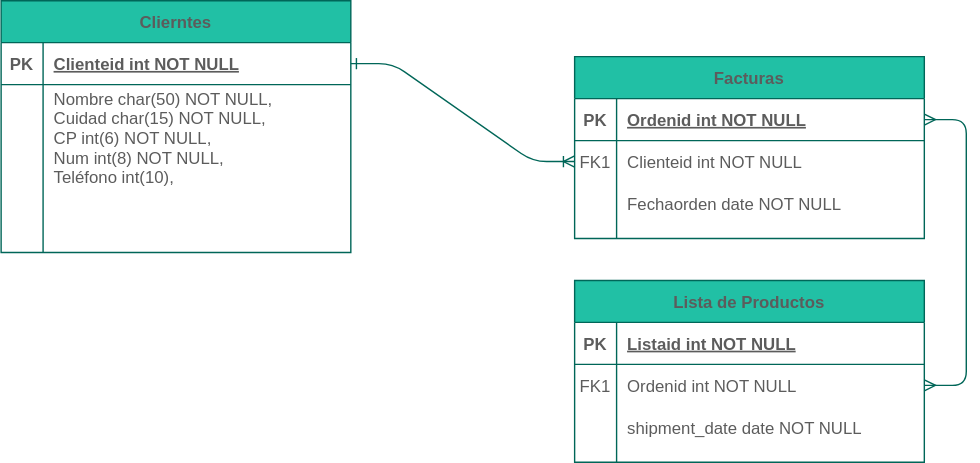
ThunderGer23/Struct keeps this draw.io diagram as E1.svg. Above is the earlier version. Source tidied: cells renumbered, new cells last; positions are measured from the earlier drawing's top-left corner, leaving out a move shared by most shapes.
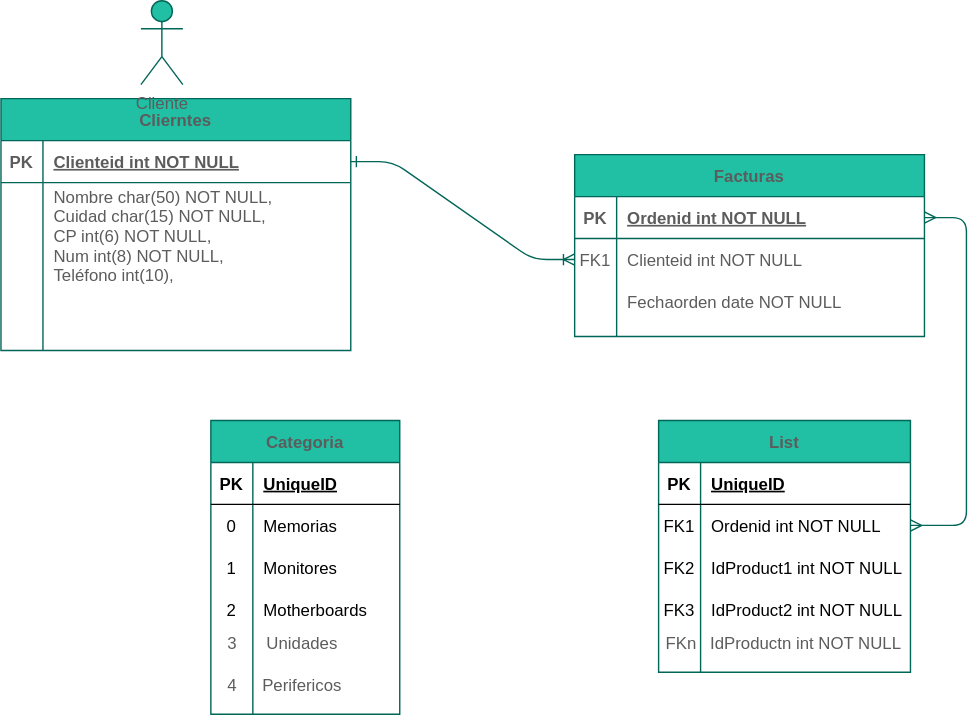
Later version of the same file.

Diff of the diagram source:
```diff
@@ -5,7 +5,7 @@
     <mxCell id="2" style="edgeStyle=entityRelationEdgeStyle;endArrow=ERoneToMany;startArrow=ERone;endFill=0;startFill=0;strokeColor=#006658;fontColor=#5C5C5C;" parent="1" edge="1" source="25" target="8">
       <mxGeometry relative="1" as="geometry" />
     </mxCell>
-    <mxCell id="3" style="edgeStyle=entityRelationEdgeStyle;endArrow=ERmany;startArrow=ERmany;endFill=0;startFill=0;strokeColor=#006658;fontColor=#5C5C5C;" parent="1" edge="1" source="5" target="18">
+    <mxCell id="3" style="edgeStyle=entityRelationEdgeStyle;endArrow=ERmany;startArrow=ERmany;endFill=0;startFill=0;strokeColor=#006658;fontColor=#5C5C5C;" parent="1" edge="1" source="5" target="42">
       <mxGeometry relative="1" as="geometry" />
     </mxCell>
     <mxCell id="4" value="Facturas" style="shape=table;startSize=30;rowLines=0;fontStyle=1;align=center;fillColor=#21C0A5;strokeColor=#006658;fontColor=#5C5C5C;" parent="1" vertex="1">
@@ -38,36 +38,6 @@
     <mxCell id="13" value="Fechaorden date NOT NULL" style="shape=partialRectangle;overflow=hidden;fillColor=none;top=0;left=0;bottom=0;right=0;align=left;spacingLeft=6;strokeColor=#006658;fontColor=#5C5C5C;" parent="11" vertex="1">
       <mxGeometry x="30" width="220" height="30" as="geometry" />
     </mxCell>
-    <mxCell id="14" value="Lista de Productos" style="shape=table;startSize=30;rowLines=0;fontStyle=1;align=center;fillColor=#21C0A5;strokeColor=#006658;fontColor=#5C5C5C;" parent="1" vertex="1">
-      <mxGeometry x="410" y="200" width="250" height="130" as="geometry" />
-    </mxCell>
-    <mxCell id="15" style="shape=partialRectangle;fillColor=none;top=0;left=0;right=0;bottom=1;strokeColor=#006658;fontColor=#5C5C5C;" parent="14" vertex="1">
-      <mxGeometry y="30" width="250" height="30" as="geometry" />
-    </mxCell>
-    <mxCell id="16" value="PK" style="shape=partialRectangle;overflow=hidden;fillColor=none;top=0;left=0;bottom=0;right=0;fontStyle=1;strokeColor=#006658;fontColor=#5C5C5C;" parent="15" vertex="1">
-      <mxGeometry width="30" height="30" as="geometry" />
-    </mxCell>
-    <mxCell id="17" value="Listaid int NOT NULL " style="shape=partialRectangle;overflow=hidden;fillColor=none;top=0;left=0;bottom=0;right=0;align=left;spacingLeft=6;fontStyle=5;strokeColor=#006658;fontColor=#5C5C5C;" parent="15" vertex="1">
-      <mxGeometry x="30" width="220" height="30" as="geometry" />
-    </mxCell>
-    <mxCell id="18" style="shape=partialRectangle;fillColor=none;points=[[0,0.5],[1,0.5]];portConstraint=eastwest;top=0;left=0;right=0;bottom=0;strokeColor=#006658;fontColor=#5C5C5C;" parent="14" vertex="1">
-      <mxGeometry y="60" width="250" height="30" as="geometry" />
-    </mxCell>
-    <mxCell id="19" value="FK1" style="shape=partialRectangle;overflow=hidden;fillColor=none;top=0;left=0;bottom=0;right=0;strokeColor=#006658;fontColor=#5C5C5C;" parent="18" vertex="1">
-      <mxGeometry width="30" height="30" as="geometry" />
-    </mxCell>
-    <mxCell id="20" value="Ordenid int NOT NULL" style="shape=partialRectangle;overflow=hidden;fillColor=none;top=0;left=0;bottom=0;right=0;align=left;spacingLeft=6;strokeColor=#006658;fontColor=#5C5C5C;" parent="18" vertex="1">
-      <mxGeometry x="30" width="220" height="30" as="geometry" />
-    </mxCell>
-    <mxCell id="21" style="shape=partialRectangle;fillColor=none;top=0;left=0;right=0;bottom=0;strokeColor=#006658;fontColor=#5C5C5C;" parent="14" vertex="1">
-      <mxGeometry y="90" width="250" height="30" as="geometry" />
-    </mxCell>
-    <mxCell id="22" style="shape=partialRectangle;overflow=hidden;fillColor=none;top=0;left=0;bottom=0;right=0;strokeColor=#006658;fontColor=#5C5C5C;" parent="21" vertex="1">
-      <mxGeometry width="30" height="30" as="geometry" />
-    </mxCell>
-    <mxCell id="23" value="shipment_date date NOT NULL" style="shape=partialRectangle;overflow=hidden;fillColor=none;top=0;left=0;bottom=0;right=0;align=left;spacingLeft=6;strokeColor=#006658;fontColor=#5C5C5C;" parent="21" vertex="1">
-      <mxGeometry x="30" width="220" height="30" as="geometry" />
-    </mxCell>
     <mxCell id="24" value="Clierntes" style="shape=table;startSize=30;rowLines=0;fontStyle=1;align=center;fillColor=#21C0A5;strokeColor=#006658;fontColor=#5C5C5C;" parent="1" vertex="1">
       <mxGeometry width="250" height="180" as="geometry" />
     </mxCell>
@@ -89,5 +59,104 @@
     <mxCell id="30" value="Nombre char(50) NOT NULL,&#10;Cuidad char(15) NOT NULL,&#10;CP int(6) NOT NULL,&#10;Num int(8) NOT NULL,&#10;Teléfono int(10),&#10;" style="shape=partialRectangle;overflow=hidden;fillColor=none;top=0;left=0;bottom=0;right=0;align=left;spacingLeft=6;strokeColor=#006658;fontColor=#5C5C5C;" parent="28" vertex="1">
       <mxGeometry x="30" width="220" height="90" as="geometry" />
     </mxCell>
+    <mxCell id="31" value="Cliente" style="shape=umlActor;verticalLabelPosition=bottom;verticalAlign=top;html=1;rounded=0;sketch=0;strokeColor=#006658;fillColor=#21C0A5;fontColor=#5C5C5C;" parent="1" vertex="1">
+      <mxGeometry x="100" y="-70" width="30" height="60" as="geometry" />
+    </mxCell>
+    <mxCell id="32" value="FKn" style="text;html=1;align=center;verticalAlign=middle;fontColor=#5C5C5C;" parent="1" vertex="1">
+      <mxGeometry x="466" y="380" width="40" height="20" as="geometry" />
+    </mxCell>
+    <mxCell id="33" value="IdProductn int NOT NULL" style="text;html=1;align=center;verticalAlign=middle;fontColor=#5C5C5C;" parent="1" vertex="1">
+      <mxGeometry x="500" y="380" width="150" height="20" as="geometry" />
+    </mxCell>
+    <mxCell id="34" value="3" style="text;html=1;align=center;verticalAlign=middle;fontColor=#5C5C5C;" parent="1" vertex="1">
+      <mxGeometry x="155" y="380" width="20" height="20" as="geometry" />
+    </mxCell>
+    <mxCell id="35" value="Unidades" style="text;html=1;align=center;verticalAlign=middle;fontColor=#5C5C5C;" parent="1" vertex="1">
+      <mxGeometry x="180" y="380" width="70" height="20" as="geometry" />
+    </mxCell>
+    <mxCell id="36" value="4" style="text;html=1;align=center;verticalAlign=middle;fontColor=#5C5C5C;" parent="1" vertex="1">
+      <mxGeometry x="155" y="410" width="20" height="20" as="geometry" />
+    </mxCell>
+    <mxCell id="37" value="Perifericos" style="text;html=1;align=center;verticalAlign=middle;fontColor=#5C5C5C;" parent="1" vertex="1">
+      <mxGeometry x="180" y="410" width="70" height="20" as="geometry" />
+    </mxCell>
+    <mxCell id="38" value="List" style="shape=table;startSize=30;rowLines=0;fontStyle=1;align=center;rounded=0;sketch=0;strokeColor=#006658;fillColor=#21C0A5;fontColor=#5C5C5C;" parent="1" vertex="1">
+      <mxGeometry x="470" y="230" width="180" height="180" as="geometry" />
+    </mxCell>
+    <mxCell id="39" style="shape=partialRectangle;fillColor=none;top=0;left=0;bottom=1;right=0;" parent="38" vertex="1">
+      <mxGeometry y="30" width="180" height="30" as="geometry" />
+    </mxCell>
+    <mxCell id="40" value="PK" style="shape=partialRectangle;fillColor=none;top=0;left=0;bottom=0;right=0;fontStyle=1;overflow=hidden;" parent="39" vertex="1">
+      <mxGeometry width="30" height="30" as="geometry" />
+    </mxCell>
+    <mxCell id="41" value="UniqueID" style="shape=partialRectangle;fillColor=none;top=0;left=0;bottom=0;right=0;align=left;spacingLeft=6;fontStyle=5;overflow=hidden;" parent="39" vertex="1">
+      <mxGeometry x="30" width="150" height="30" as="geometry" />
+    </mxCell>
+    <mxCell id="42" style="shape=partialRectangle;fillColor=none;top=0;left=0;bottom=0;right=0;points=[[0,0.5],[1,0.5]];portConstraint=eastwest;" parent="38" vertex="1">
+      <mxGeometry y="60" width="180" height="30" as="geometry" />
+    </mxCell>
+    <mxCell id="19" value="FK1" style="shape=partialRectangle;fillColor=none;top=0;left=0;bottom=0;right=0;overflow=hidden;" parent="42" vertex="1">
+      <mxGeometry width="30" height="30" as="geometry" />
+    </mxCell>
+    <mxCell id="20" value="Ordenid int NOT NULL" style="shape=partialRectangle;fillColor=none;top=0;left=0;bottom=0;right=0;align=left;spacingLeft=6;overflow=hidden;" parent="42" vertex="1">
+      <mxGeometry x="30" width="150" height="30" as="geometry" />
+    </mxCell>
+    <mxCell id="43" style="shape=partialRectangle;fillColor=none;top=0;left=0;bottom=0;right=0;" parent="38" vertex="1">
+      <mxGeometry y="90" width="180" height="30" as="geometry" />
+    </mxCell>
+    <mxCell id="44" value="FK2" style="shape=partialRectangle;fillColor=none;top=0;left=0;bottom=0;right=0;overflow=hidden;" parent="43" vertex="1">
+      <mxGeometry width="30" height="30" as="geometry" />
+    </mxCell>
+    <mxCell id="45" value="IdProduct1 int NOT NULL" style="shape=partialRectangle;fillColor=none;top=0;left=0;bottom=0;right=0;align=left;spacingLeft=6;overflow=hidden;" parent="43" vertex="1">
+      <mxGeometry x="30" width="150" height="30" as="geometry" />
+    </mxCell>
+    <mxCell id="46" style="shape=partialRectangle;fillColor=none;top=0;left=0;bottom=0;right=0;" parent="38" vertex="1">
+      <mxGeometry y="120" width="180" height="30" as="geometry" />
+    </mxCell>
+    <mxCell id="47" value="FK3" style="shape=partialRectangle;fillColor=none;top=0;left=0;bottom=0;right=0;overflow=hidden;" parent="46" vertex="1">
+      <mxGeometry width="30" height="30" as="geometry" />
+    </mxCell>
+    <mxCell id="48" value="IdProduct2 int NOT NULL" style="shape=partialRectangle;fillColor=none;top=0;left=0;bottom=0;right=0;align=left;spacingLeft=6;overflow=hidden;" parent="46" vertex="1">
+      <mxGeometry x="30" width="150" height="30" as="geometry" />
+    </mxCell>
+    <mxCell id="49" value="Categoria" style="shape=table;startSize=30;rowLines=0;fontStyle=1;align=center;rounded=0;sketch=0;strokeColor=#006658;fillColor=#21C0A5;fontColor=#5C5C5C;" parent="1" vertex="1">
+      <mxGeometry x="150" y="230" width="135" height="210" as="geometry" />
+    </mxCell>
+    <mxCell id="50" style="shape=partialRectangle;fillColor=none;top=0;left=0;bottom=1;right=0;" parent="49" vertex="1">
+      <mxGeometry y="30" width="135" height="30" as="geometry" />
+    </mxCell>
+    <mxCell id="51" value="PK" style="shape=partialRectangle;fillColor=none;top=0;left=0;bottom=0;right=0;fontStyle=1;overflow=hidden;" parent="50" vertex="1">
+      <mxGeometry width="30" height="30" as="geometry" />
+    </mxCell>
+    <mxCell id="52" value="UniqueID" style="shape=partialRectangle;fillColor=none;top=0;left=0;bottom=0;right=0;align=left;spacingLeft=6;fontStyle=5;overflow=hidden;" parent="50" vertex="1">
+      <mxGeometry x="30" width="105" height="30" as="geometry" />
+    </mxCell>
+    <mxCell id="53" style="shape=partialRectangle;fillColor=none;top=0;left=0;bottom=0;right=0;" parent="49" vertex="1">
+      <mxGeometry y="60" width="135" height="30" as="geometry" />
+    </mxCell>
+    <mxCell id="54" value="0" style="shape=partialRectangle;fillColor=none;top=0;left=0;bottom=0;right=0;overflow=hidden;" parent="53" vertex="1">
+      <mxGeometry width="30" height="30" as="geometry" />
+    </mxCell>
+    <mxCell id="55" value="Memorias" style="shape=partialRectangle;fillColor=none;top=0;left=0;bottom=0;right=0;align=left;spacingLeft=6;overflow=hidden;" parent="53" vertex="1">
+      <mxGeometry x="30" width="105" height="30" as="geometry" />
+    </mxCell>
+    <mxCell id="56" style="shape=partialRectangle;fillColor=none;top=0;left=0;bottom=0;right=0;" parent="49" vertex="1">
+      <mxGeometry y="90" width="135" height="30" as="geometry" />
+    </mxCell>
+    <mxCell id="57" value="1" style="shape=partialRectangle;fillColor=none;top=0;left=0;bottom=0;right=0;overflow=hidden;" parent="56" vertex="1">
+      <mxGeometry width="30" height="30" as="geometry" />
+    </mxCell>
+    <mxCell id="58" value="Monitores" style="shape=partialRectangle;fillColor=none;top=0;left=0;bottom=0;right=0;align=left;spacingLeft=6;overflow=hidden;" parent="56" vertex="1">
+      <mxGeometry x="30" width="105" height="30" as="geometry" />
+    </mxCell>
+    <mxCell id="59" style="shape=partialRectangle;fillColor=none;top=0;left=0;bottom=0;right=0;" parent="49" vertex="1">
+      <mxGeometry y="120" width="135" height="30" as="geometry" />
+    </mxCell>
+    <mxCell id="60" value="2" style="shape=partialRectangle;fillColor=none;top=0;left=0;bottom=0;right=0;overflow=hidden;" parent="59" vertex="1">
+      <mxGeometry width="30" height="30" as="geometry" />
+    </mxCell>
+    <mxCell id="61" value="Motherboards" style="shape=partialRectangle;fillColor=none;top=0;left=0;bottom=0;right=0;align=left;spacingLeft=6;overflow=hidden;" parent="59" vertex="1">
+      <mxGeometry x="30" width="105" height="30" as="geometry" />
+    </mxCell>
   </root>
 </mxGraphModel>
```
